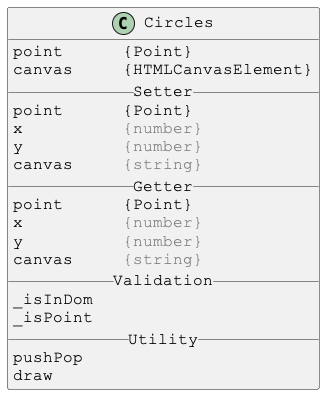
Earlier version of the PlantUML export docs/PlantUml/images/Circles.png (Justin-Byrne/canvasLab). Source of this version:
```plantuml
@startuml

skinparam DefaultFontSize 16
skinparam DefaultFontName Courier New

class Circles {
point      {Point}
canvas     {HTMLCanvasElement}
__ Setter __
point      {Point}
x          <color:gray>{number}</color>
y          <color:gray>{number}</color>
canvas     <color:gray>{string}</color>
__ Getter __
point      {Point}
x          <color:gray>{number}</color>
y          <color:gray>{number}</color>
canvas     <color:gray>{string}</color>
__ Validation __
_isInDom
_isPoint
__ Utility __
pushPop
draw
}

@enduml
```
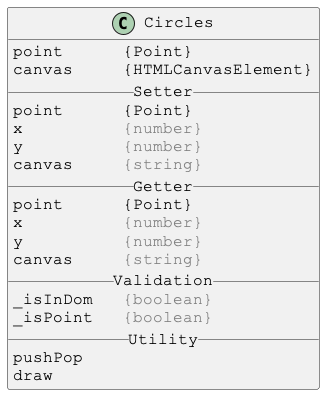
After the change.

Change to the diagram source:
```diff
@@ -17,8 +17,8 @@
 y          <color:gray>{number}</color>
 canvas     <color:gray>{string}</color>
 __ Validation __
-_isInDom
-_isPoint
+_isInDom   <color:gray>{boolean}</color>
+_isPoint   <color:gray>{boolean}</color>
 __ Utility __
 pushPop
 draw
```
